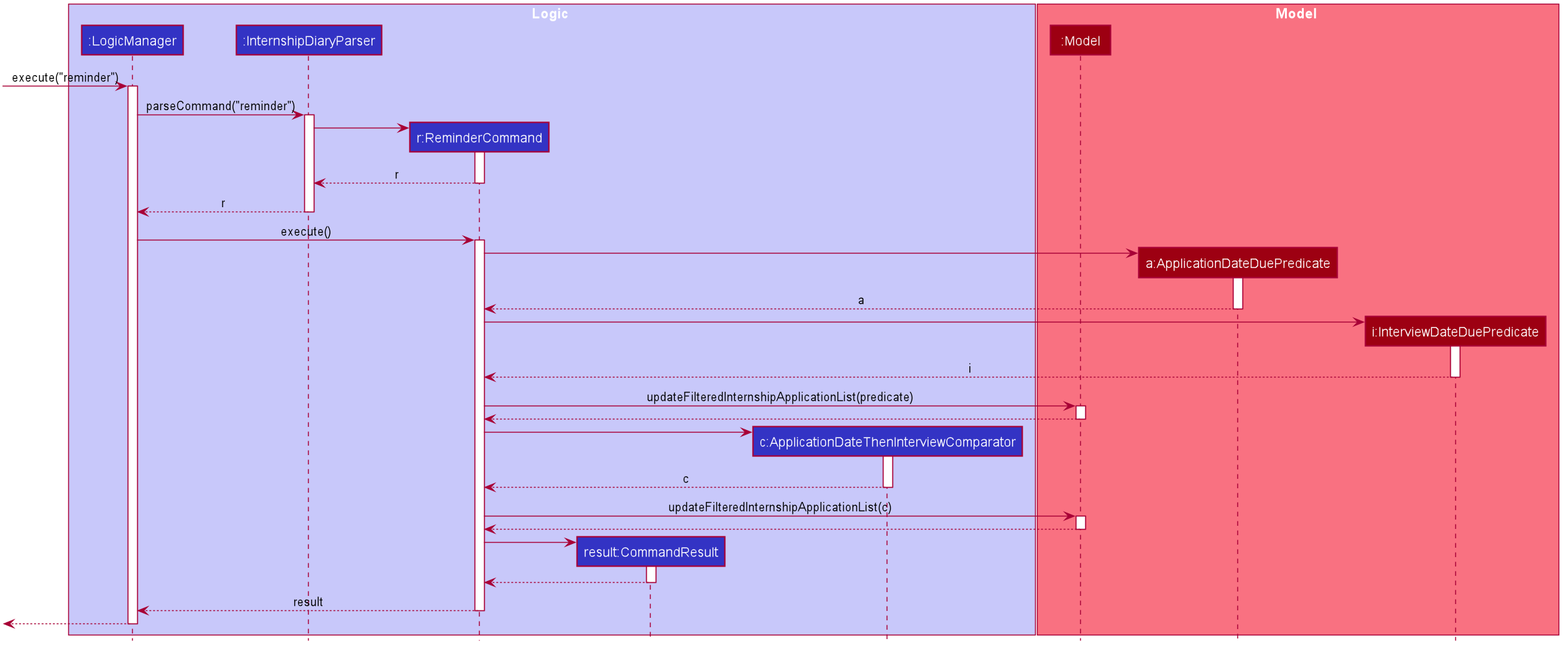
Before: images/ReminderSequenceDiagram.png, a diagram exported from PlantUML (AY1920S2-CS2103T-F10-2/main).
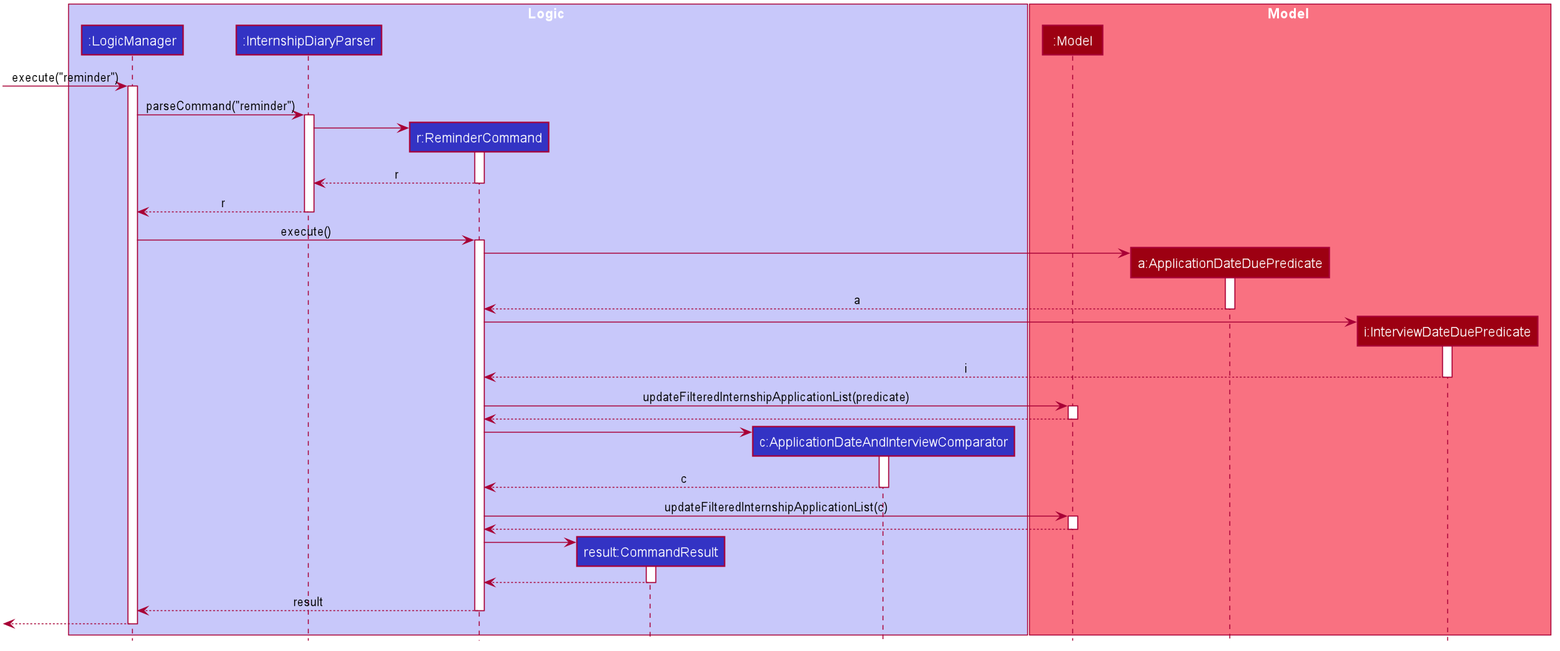
Later version of the same file.

What changed in the source:
```diff
@@ -53,7 +53,7 @@
 participant ":InternshipDiaryParser" as InternshipDiaryParser #3333C4
 participant "r:ReminderCommand" as ReminderCommand #3333C4
 participant "result:CommandResult" as CommandResult #3333C4
-participant "c:ApplicationDateThenInterviewComparator" as ApplicationDateThenInterviewComparator #3333C4
+participant "c:ApplicationDateAndInterviewComparator" as ApplicationDateAndInterviewComparator #3333C4
 end box
 
 box Model #F97181
@@ -101,12 +101,12 @@
 Model --> ReminderCommand
 deactivate Model
 
-create ApplicationDateThenInterviewComparator
-ReminderCommand -> ApplicationDateThenInterviewComparator
-activate ApplicationDateThenInterviewComparator
+create ApplicationDateAndInterviewComparator
+ReminderCommand -> ApplicationDateAndInterviewComparator
+activate ApplicationDateAndInterviewComparator
 
-ApplicationDateThenInterviewComparator --> ReminderCommand : c
-deactivate ApplicationDateThenInterviewComparator
+ApplicationDateAndInterviewComparator --> ReminderCommand : c
+deactivate ApplicationDateAndInterviewComparator
 
 ReminderCommand -> Model : updateFilteredInternshipApplicationList(c)
 activate Model
```
